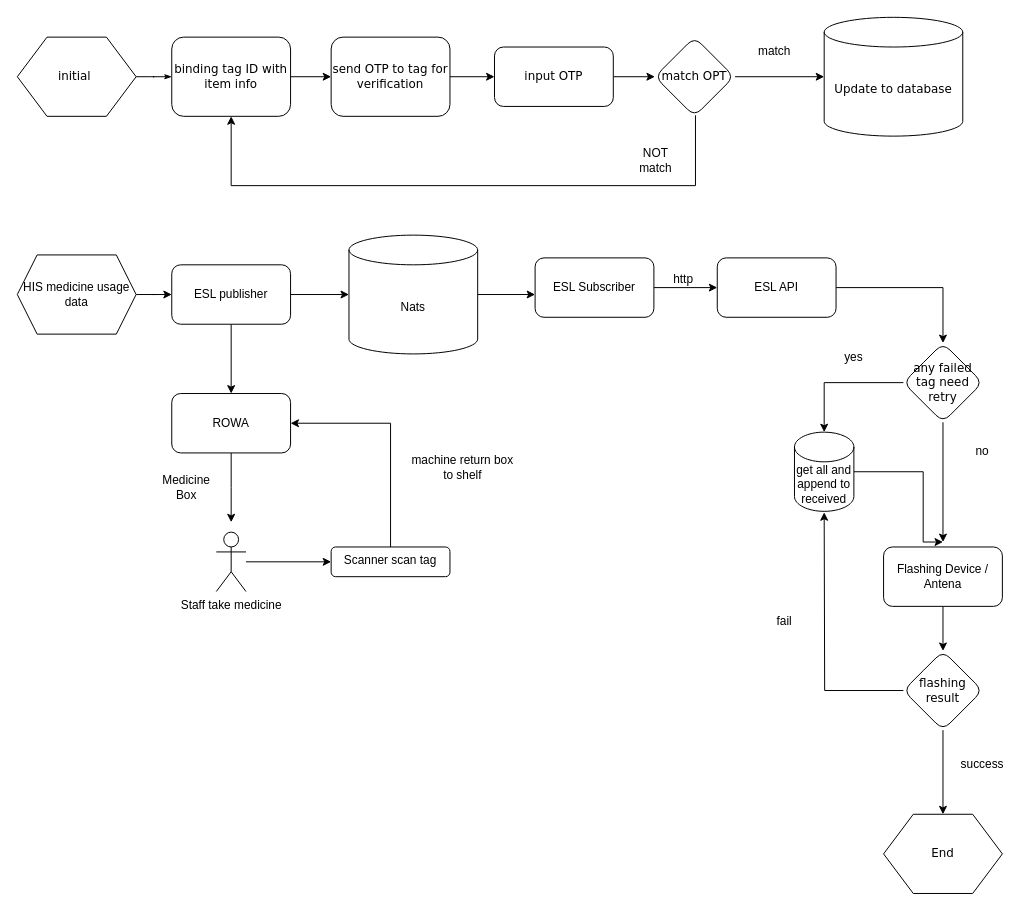
MQzhiyong/draw_io keeps this draw.io diagram as Untitled Diagram.drawio. Above is the earlier version. Source tidied: cells renumbered, new cells numbered last; positions are measured from the earlier drawing's top-left corner, leaving out a move shared by most shapes. Both pictures are drawn from the tidied source at 99%, with x=0, y=0 at pixel (17, 17).
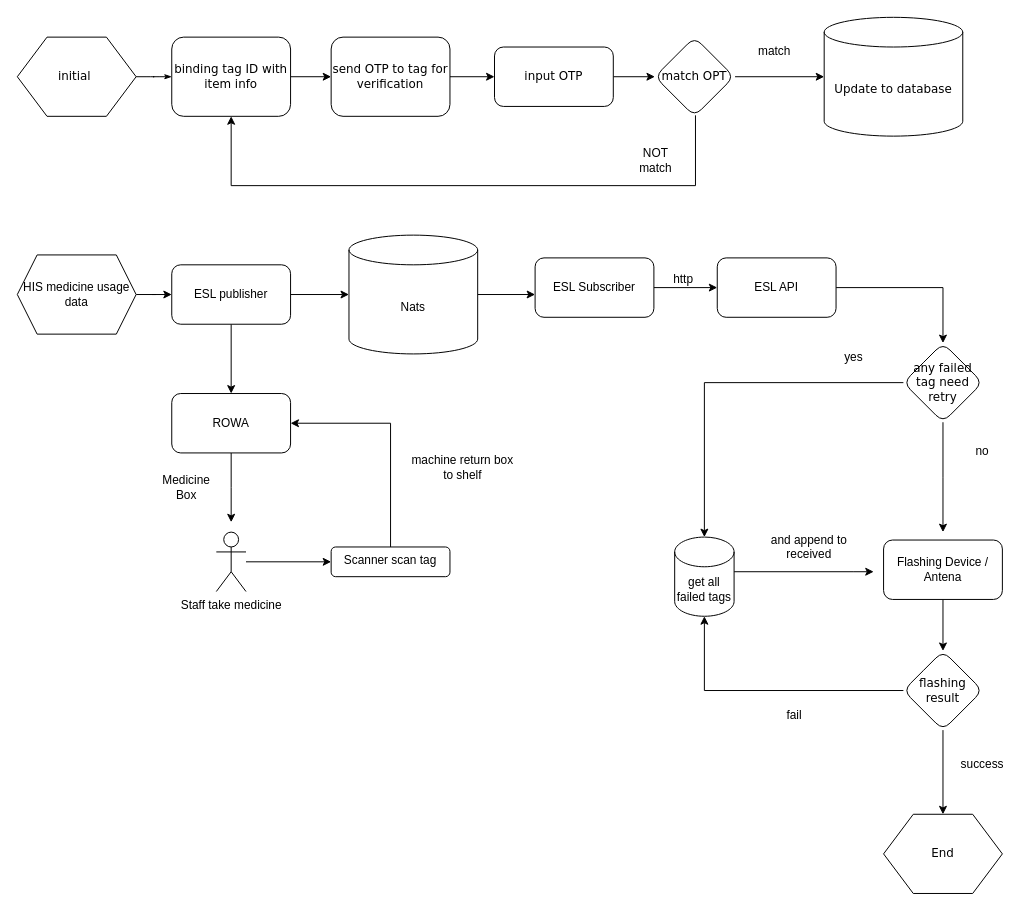
The same diagram, later.

The change refers to these unchanged cells:
```xml
<mxCell id="41" value="any failed tag need retry" style="rhombus;whiteSpace=wrap;html=1;fontFamily=Verdana;rounded=1;shadow=0;labelBackgroundColor=none;strokeWidth=1;" parent="1" vertex="1">
  <mxGeometry x="895" y="329" width="80" height="80" as="geometry" />
</mxCell>
<mxCell id="48" value="flashing &lt;br&gt;result" style="rhombus;whiteSpace=wrap;html=1;fontFamily=Verdana;rounded=1;shadow=0;labelBackgroundColor=none;strokeWidth=1;" parent="1" vertex="1">
  <mxGeometry x="895" y="640" width="80" height="80" as="geometry" />
</mxCell>
```

What changed in the source:
```diff
@@
-    <mxCell id="37" style="edgeStyle=orthogonalEdgeStyle;rounded=0;jettySize=auto;html=1;entryX=0.5;entryY=0;entryDx=0;entryDy=0;" parent="1" edge="1" source="38">
+    <mxCell id="37" style="edgeStyle=orthogonalEdgeStyle;rounded=0;jettySize=auto;html=1;" parent="1" edge="1" source="38">
       <mxGeometry relative="1" as="geometry">
-        <mxPoint x="935" y="530" as="targetPoint" />
+        <mxPoint x="865" y="560" as="targetPoint" />
         <Array as="points">
-          <mxPoint x="915" y="459" />
-          <mxPoint x="915" y="530" />
+          <mxPoint x="845" y="560" />
+          <mxPoint x="845" y="560" />
         </Array>
       </mxGeometry>
     </mxCell>
-    <mxCell id="38" value="get all and append to received" style="shape=cylinder3;whiteSpace=wrap;html=1;boundedLbl=1;backgroundOutline=1;size=15;" parent="1" vertex="1">
-      <mxGeometry x="785" y="419" width="60" height="80" as="geometry" />
+    <mxCell id="38" value="get all failed tags" style="shape=cylinder3;whiteSpace=wrap;html=1;boundedLbl=1;backgroundOutline=1;size=15;" parent="1" vertex="1">
+      <mxGeometry x="664" y="525" width="60" height="80" as="geometry" />
     </mxCell>
-    <mxCell id="39" style="edgeStyle=orthogonalEdgeStyle;rounded=0;jettySize=auto;html=1;entryX=0.5;entryY=0;entryDx=0;entryDy=0;entryPerimeter=0;" parent="1" edge="1" source="41" target="38">
+    <mxCell id="39" style="edgeStyle=orthogonalEdgeStyle;rounded=0;jettySize=auto;html=1;entryX=0.5;entryY=0;entryDx=0;entryDy=0;entryPerimeter=0;exitX=0;exitY=0.5;exitDx=0;exitDy=0;" parent="1" edge="1" source="41" target="38">
       <mxGeometry relative="1" as="geometry" />
     </mxCell>
-    <mxCell id="40" style="edgeStyle=orthogonalEdgeStyle;rounded=0;jettySize=auto;html=1;exitX=0.5;exitY=1;exitDx=0;exitDy=0;entryX=0.5;entryY=0;entryDx=0;entryDy=0;" parent="1" edge="1" source="41">
+    <mxCell id="40" style="edgeStyle=orthogonalEdgeStyle;rounded=0;jettySize=auto;html=1;exitX=0.5;exitY=1;exitDx=0;exitDy=0;" parent="1" edge="1" source="41">
       <mxGeometry relative="1" as="geometry">
-        <mxPoint x="935" y="530" as="targetPoint" />
+        <mxPoint x="935" y="520" as="targetPoint" />
       </mxGeometry>
     </mxCell>
@@
     <mxCell id="45" value="Flashing Device / Antena" style="whiteSpace=wrap;html=1;rounded=1;" parent="1" vertex="1">
-      <mxGeometry x="875" y="535" width="120" height="60" as="geometry" />
+      <mxGeometry x="875" y="528" width="120" height="60" as="geometry" />
     </mxCell>
@@
-    <mxCell id="47" style="edgeStyle=orthogonalEdgeStyle;rounded=0;jettySize=auto;html=1;" parent="1" edge="1" source="48">
-      <mxGeometry relative="1" as="geometry">
-        <mxPoint x="815" y="500" as="targetPoint" />
-      </mxGeometry>
+    <mxCell id="47" style="edgeStyle=orthogonalEdgeStyle;rounded=0;jettySize=auto;html=1;entryX=0.5;entryY=1;entryDx=0;entryDy=0;entryPerimeter=0;" parent="1" edge="1" source="48" target="38">
+      <mxGeometry relative="1" as="geometry" />
     </mxCell>
@@
     <mxCell id="49" value="fail" style="text;html=1;strokeColor=none;fillColor=none;align=center;verticalAlign=middle;whiteSpace=wrap;rounded=0;" parent="1" vertex="1">
-      <mxGeometry x="745" y="595" width="60" height="30" as="geometry" />
+      <mxGeometry x="755" y="690" width="60" height="30" as="geometry" />
     </mxCell>
@@
+    <mxCell id="51" value="and append to received" style="text;html=1;strokeColor=none;fillColor=none;align=center;verticalAlign=middle;whiteSpace=wrap;rounded=0;" parent="1" vertex="1">
+      <mxGeometry x="755" y="520" width="90" height="30" as="geometry" />
+    </mxCell>
```
